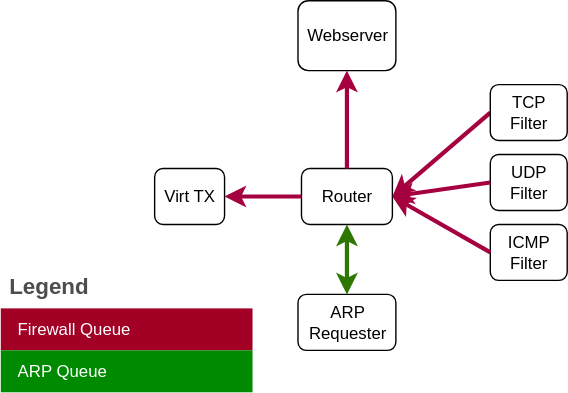
Before: static/internal_router.svg, a diagram exported from draw.io (au-ts/lionsos.org). Source tidied: cells renumbered, new cells last; positions are measured from the earlier drawing's top-left corner, leaving out a move shared by most shapes.
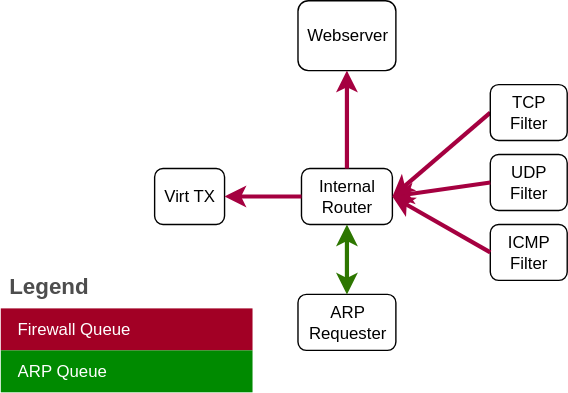
After the commit.

Diff of the diagram source:
```diff
@@ -5,7 +5,7 @@
     <mxCell id="2" value="Virt TX" style="rounded=1;whiteSpace=wrap;html=1;" parent="1" vertex="1">
       <mxGeometry x="110" y="120" width="50" height="40" as="geometry" />
     </mxCell>
-    <mxCell id="3" value="Router" style="rounded=1;whiteSpace=wrap;html=1;" parent="1" vertex="1">
+    <mxCell id="3" value="Internal Router" style="rounded=1;whiteSpace=wrap;html=1;" parent="1" vertex="1">
       <mxGeometry x="215" y="120" width="65" height="40" as="geometry" />
     </mxCell>
     <mxCell id="4" value="Webserver" style="rounded=1;whiteSpace=wrap;html=1;" parent="1" vertex="1">
```
